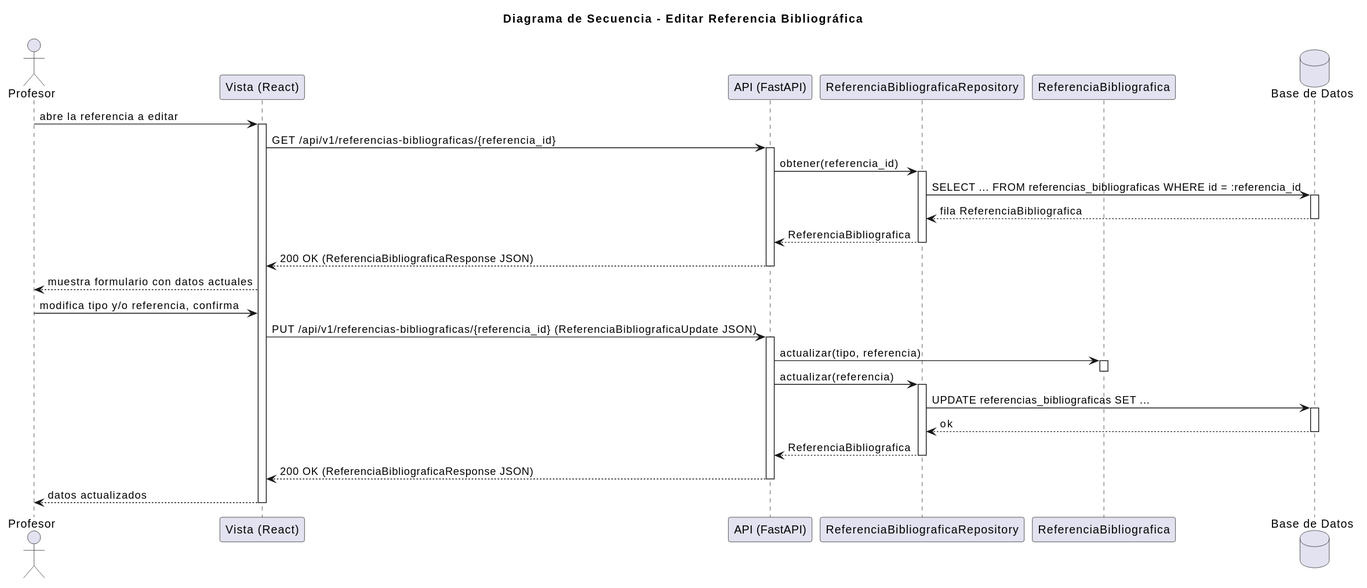
Before: images/RUP/03-diseño/casos-uso/editarReferenciaBibliografica/secuencia.svg, a diagram exported from PlantUML (mmasias/pyCeldaPublico). Its diagram source:
```plantuml
@startuml
title Diagrama de Secuencia - Editar Referencia Bibliográfica

actor "Profesor" as Profesor
participant "Vista (React)" as Vista
participant "API (FastAPI)" as API
participant "ReferenciaBibliograficaRepository" as ReferenciaRepo
participant "ReferenciaBibliografica" as ReferenciaBibliografica
database "Base de Datos" as DB

Profesor -> Vista: abre la referencia a editar
activate Vista
Vista -> API: GET /api/v1/referencias-bibliograficas/{referencia_id}
activate API
API -> ReferenciaRepo: obtener(referencia_id)
activate ReferenciaRepo
ReferenciaRepo -> DB: SELECT ... FROM referencias_bibliograficas WHERE id = :referencia_id
activate DB
DB --> ReferenciaRepo: fila ReferenciaBibliografica
deactivate DB
ReferenciaRepo --> API: ReferenciaBibliografica
deactivate ReferenciaRepo
API --> Vista: 200 OK (ReferenciaBibliograficaResponse JSON)
deactivate API
Vista --> Profesor: muestra formulario con datos actuales

Profesor -> Vista: modifica tipo y/o referencia, confirma
Vista -> API: PUT /api/v1/referencias-bibliograficas/{referencia_id} (ReferenciaBibliograficaUpdate JSON)
activate API
API -> ReferenciaBibliografica: actualizar(tipo, referencia)
activate ReferenciaBibliografica
deactivate ReferenciaBibliografica
API -> ReferenciaRepo: actualizar(referencia)
activate ReferenciaRepo
ReferenciaRepo -> DB: UPDATE referencias_bibliograficas SET ...
activate DB
DB --> ReferenciaRepo: ok
deactivate DB
ReferenciaRepo --> API: ReferenciaBibliografica
deactivate ReferenciaRepo
API --> Vista: 200 OK (ReferenciaBibliograficaResponse JSON)
deactivate API
Vista --> Profesor: datos actualizados
deactivate Vista
@enduml
```
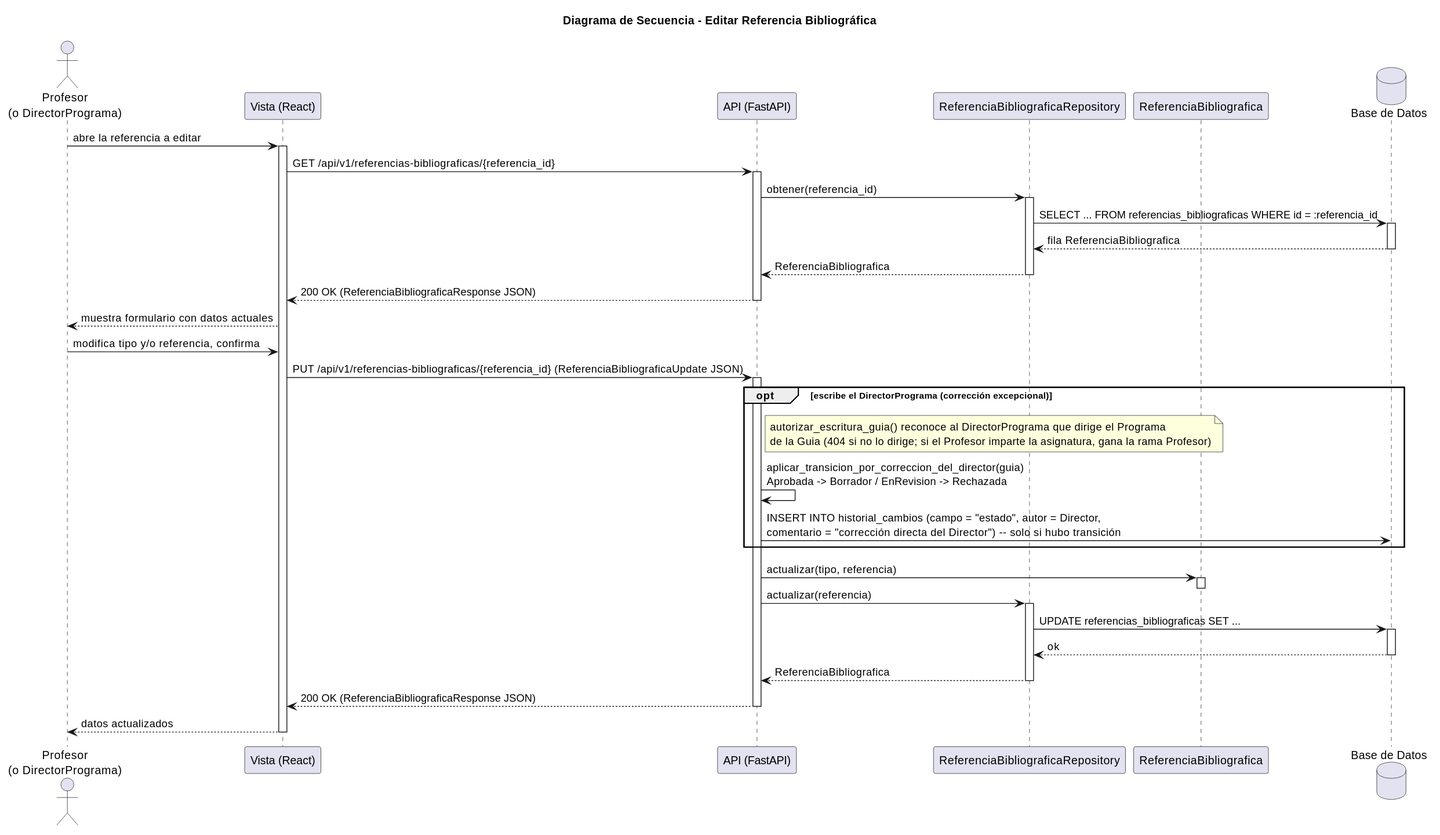
Above is the later version.

Diff of the diagram source:
```diff
@@ -1,7 +1,7 @@
 @startuml
 title Diagrama de Secuencia - Editar Referencia Bibliográfica
 
-actor "Profesor" as Profesor
+actor "Profesor\n(o DirectorPrograma)" as Profesor
 participant "Vista (React)" as Vista
 participant "API (FastAPI)" as API
 participant "ReferenciaBibliograficaRepository" as ReferenciaRepo
@@ -27,6 +27,12 @@
 Profesor -> Vista: modifica tipo y/o referencia, confirma
 Vista -> API: PUT /api/v1/referencias-bibliograficas/{referencia_id} (ReferenciaBibliograficaUpdate JSON)
 activate API
+opt escribe el DirectorPrograma (corrección excepcional)
+  note right of API: autorizar_escritura_guia() reconoce al DirectorPrograma que dirige el Programa\nde la Guia (404 si no lo dirige; si el Profesor imparte la asignatura, gana la rama Profesor)
+  API -> API: aplicar_transicion_por_correccion_del_director(guia)\nAprobada -> Borrador / EnRevision -> Rechazada
+  API -> DB: INSERT INTO historial_cambios (campo = "estado", autor = Director,\ncomentario = "corrección directa del Director") -- solo si hubo transición
+end
+
 API -> ReferenciaBibliografica: actualizar(tipo, referencia)
 activate ReferenciaBibliografica
 deactivate ReferenciaBibliografica
```
